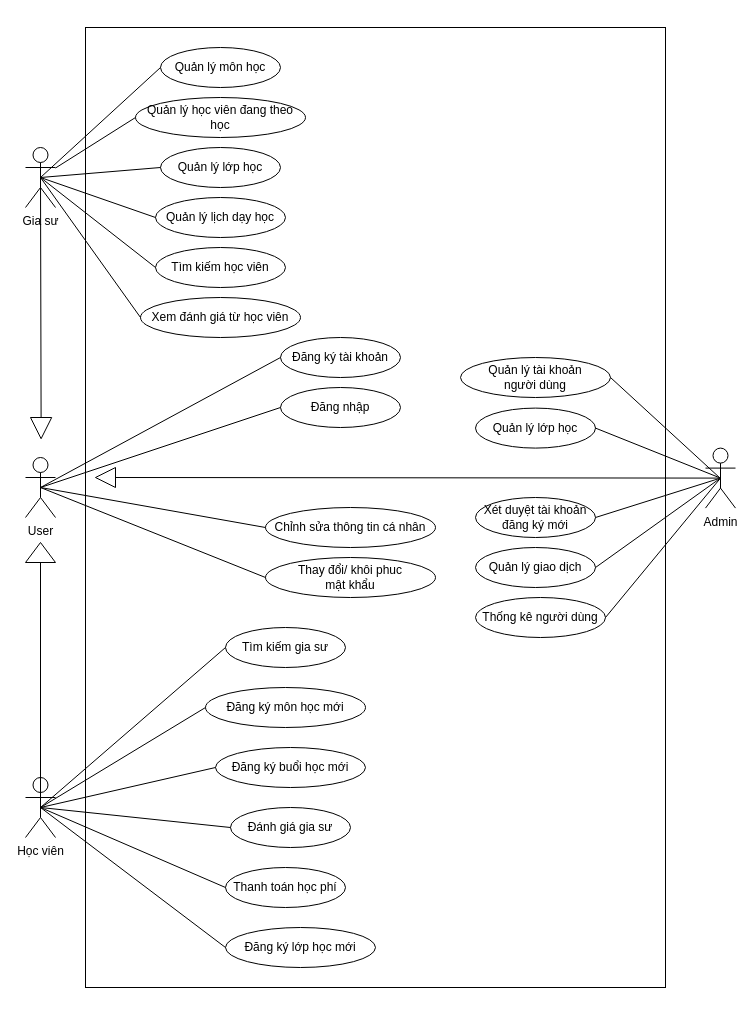
ayafullcrit/menu keeps this draw.io diagram as Uses_case_diagram.drawio. Above is the earlier version. Source tidied: cells renumbered, new cells numbered last; positions are measured from the earlier drawing's top-left corner, leaving out a move shared by most shapes. Both pictures are drawn from the tidied source at 100%, with x=0, y=0 at pixel (25, 27).
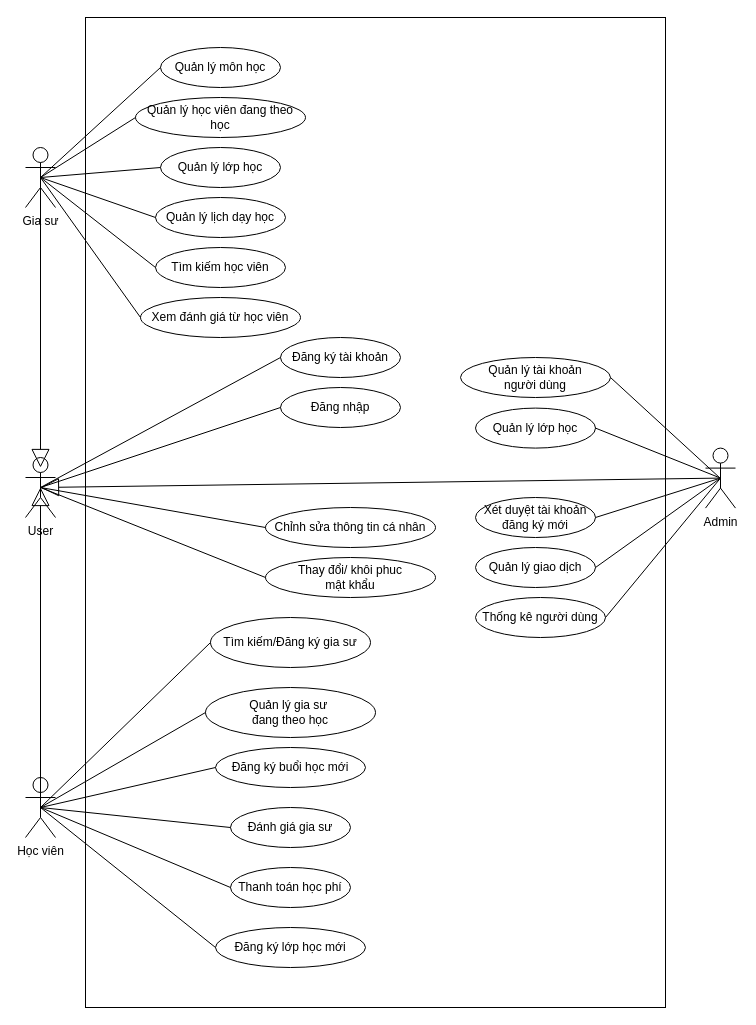
The same diagram, later.

The change refers to these unchanged cells:
```xml
<mxCell id="2" value="Học viên&lt;div&gt;&lt;br&gt;&lt;/div&gt;" style="shape=umlActor;verticalLabelPosition=bottom;verticalAlign=top;html=1;outlineConnect=0;labelBackgroundColor=none;" parent="1" vertex="1">
  <mxGeometry y="750" width="30" height="60" as="geometry" />
</mxCell>
<mxCell id="3" value="&lt;div&gt;Gia sư&lt;/div&gt;&lt;div&gt;&lt;br&gt;&lt;/div&gt;" style="shape=umlActor;verticalLabelPosition=bottom;verticalAlign=top;html=1;outlineConnect=0;labelBackgroundColor=none;" parent="1" vertex="1">
  <mxGeometry y="120" width="30" height="60" as="geometry" />
</mxCell>
<mxCell id="4" value="&lt;div&gt;Admin&lt;/div&gt;&lt;div&gt;&lt;br&gt;&lt;/div&gt;" style="shape=umlActor;verticalLabelPosition=bottom;verticalAlign=top;html=1;outlineConnect=0;labelBackgroundColor=none;" parent="1" vertex="1">
  <mxGeometry x="680" y="420.6" width="30" height="60" as="geometry" />
</mxCell>
<mxCell id="5" value="User" style="shape=umlActor;verticalLabelPosition=bottom;verticalAlign=top;html=1;outlineConnect=0;labelBackgroundColor=none;" parent="1" vertex="1">
  <mxGeometry y="430" width="30" height="60" as="geometry" />
</mxCell>
<mxCell id="24" value="Quản lý học viên đang theo học" style="ellipse;whiteSpace=wrap;html=1;" parent="1" vertex="1">
  <mxGeometry x="110" y="70" width="170" height="40" as="geometry" />
</mxCell>
```

Change to the diagram source:
```diff
@@
-    <mxCell id="6" style="endArrow=none;html=1;rounded=0;exitX=0.5;exitY=0.5;exitDx=0;exitDy=0;exitPerimeter=0;entryX=0;entryY=0.5;entryDx=0;entryDy=0;" parent="1" edge="1" source="2" target="7">
-      <mxGeometry relative="1" as="geometry" />
-    </mxCell>
-    <mxCell id="7" style="triangle;whiteSpace=wrap;html=1;rotation=-90;" parent="1" vertex="1">
-      <mxGeometry x="5" y="510" width="20" height="30" as="geometry" />
-    </mxCell>
-    <mxCell id="8" style="endArrow=none;html=1;rounded=0;exitX=0.5;exitY=0.5;exitDx=0;exitDy=0;exitPerimeter=0;entryX=0;entryY=0.5;entryDx=0;entryDy=0;" parent="1" edge="1" source="3" target="9">
-      <mxGeometry relative="1" as="geometry" />
-    </mxCell>
-    <mxCell id="9" style="triangle;whiteSpace=wrap;html=1;rotation=90;" parent="1" vertex="1">
-      <mxGeometry x="5" y="390" width="21.2" height="21.2" as="geometry" />
-    </mxCell>
-    <mxCell id="10" value="Tìm kiếm gia sư" style="ellipse;whiteSpace=wrap;html=1;" parent="1" vertex="1">
-      <mxGeometry x="200" y="600" width="120" height="40" as="geometry" />
+    <mxCell id="10" value="Tìm kiếm/Đăng ký gia sư" style="ellipse;whiteSpace=wrap;html=1;" parent="1" vertex="1">
+      <mxGeometry x="185" y="590" width="160" height="50" as="geometry" />
     </mxCell>
-    <mxCell id="11" value="Đăng ký môn học mới" style="ellipse;whiteSpace=wrap;html=1;" parent="1" vertex="1">
-      <mxGeometry x="180" y="660" width="160" height="40" as="geometry" />
+    <mxCell id="11" value="Quản lý gia sư&amp;nbsp;&lt;br&gt;đang theo học" style="ellipse;whiteSpace=wrap;html=1;" parent="1" vertex="1">
+      <mxGeometry x="180" y="660" width="170" height="50" as="geometry" />
     </mxCell>
@@
     <mxCell id="14" value="Thanh toán học phí" style="ellipse;whiteSpace=wrap;html=1;" parent="1" vertex="1">
-      <mxGeometry x="200" y="840" width="120" height="40" as="geometry" />
+      <mxGeometry x="205" y="840" width="120" height="40" as="geometry" />
     </mxCell>
@@
     <mxCell id="21" value="Đăng ký lớp học mới" style="ellipse;whiteSpace=wrap;html=1;" parent="1" vertex="1">
-      <mxGeometry x="200" y="900" width="150" height="40" as="geometry" />
+      <mxGeometry x="190" y="900" width="150" height="40" as="geometry" />
     </mxCell>
@@
-    <mxCell id="30" style="endArrow=none;html=1;rounded=0;exitX=0;exitY=0.5;exitDx=0;exitDy=0;" parent="1" edge="1" source="24" target="3">
-      <mxGeometry relative="1" as="geometry" />
+    <mxCell id="30" style="endArrow=none;html=1;rounded=0;exitX=0;exitY=0.5;exitDx=0;exitDy=0;" parent="1" edge="1" source="24">
+      <mxGeometry relative="1" as="geometry">
+        <mxPoint x="15" y="150" as="targetPoint" />
+      </mxGeometry>
     </mxCell>
@@
-    <mxCell id="39" style="endArrow=none;html=1;rounded=0;entryX=0;entryY=0.5;entryDx=0;entryDy=0;exitX=0.5;exitY=0.5;exitDx=0;exitDy=0;exitPerimeter=0;" parent="1" edge="1" source="4" target="40">
-      <mxGeometry relative="1" as="geometry" />
-    </mxCell>
-    <mxCell id="40" style="triangle;whiteSpace=wrap;html=1;rotation=-180;" parent="1" vertex="1">
-      <mxGeometry x="70" y="440" width="20" height="20" as="geometry" />
-    </mxCell>
@@
-    <mxCell id="55" style="rounded=0;whiteSpace=wrap;html=1;fillColor=none;" parent="1" vertex="1">
-      <mxGeometry x="60" width="580" height="960" as="geometry" />
-    </mxCell>
+    <mxCell id="56" style="endArrow=block;endSize=16;endFill=0;html=1;rounded=0;exitX=0.5;exitY=0.5;exitDx=0;exitDy=0;exitPerimeter=0;" parent="1" edge="1" source="3">
+      <mxGeometry relative="1" as="geometry">
+        <mxPoint x="15" y="440" as="targetPoint" />
+      </mxGeometry>
+    </mxCell>
+    <mxCell id="57" style="endArrow=block;endSize=16;endFill=0;html=1;rounded=0;exitX=0.5;exitY=0.5;exitDx=0;exitDy=0;exitPerimeter=0;entryX=0.5;entryY=0.5;entryDx=0;entryDy=0;entryPerimeter=0;" parent="1" edge="1" source="2" target="5">
+      <mxGeometry relative="1" as="geometry" />
+    </mxCell>
+    <mxCell id="58" style="endArrow=block;endSize=16;endFill=0;html=1;rounded=0;exitX=0.5;exitY=0.5;exitDx=0;exitDy=0;exitPerimeter=0;entryX=0.5;entryY=0.5;entryDx=0;entryDy=0;entryPerimeter=0;" parent="1" edge="1" source="4" target="5">
+      <mxGeometry relative="1" as="geometry" />
+    </mxCell>
+    <mxCell id="59" style="rounded=0;whiteSpace=wrap;html=1;fillColor=none;" parent="1" vertex="1">
+      <mxGeometry x="60" y="-10" width="580" height="990" as="geometry" />
+    </mxCell>
```
